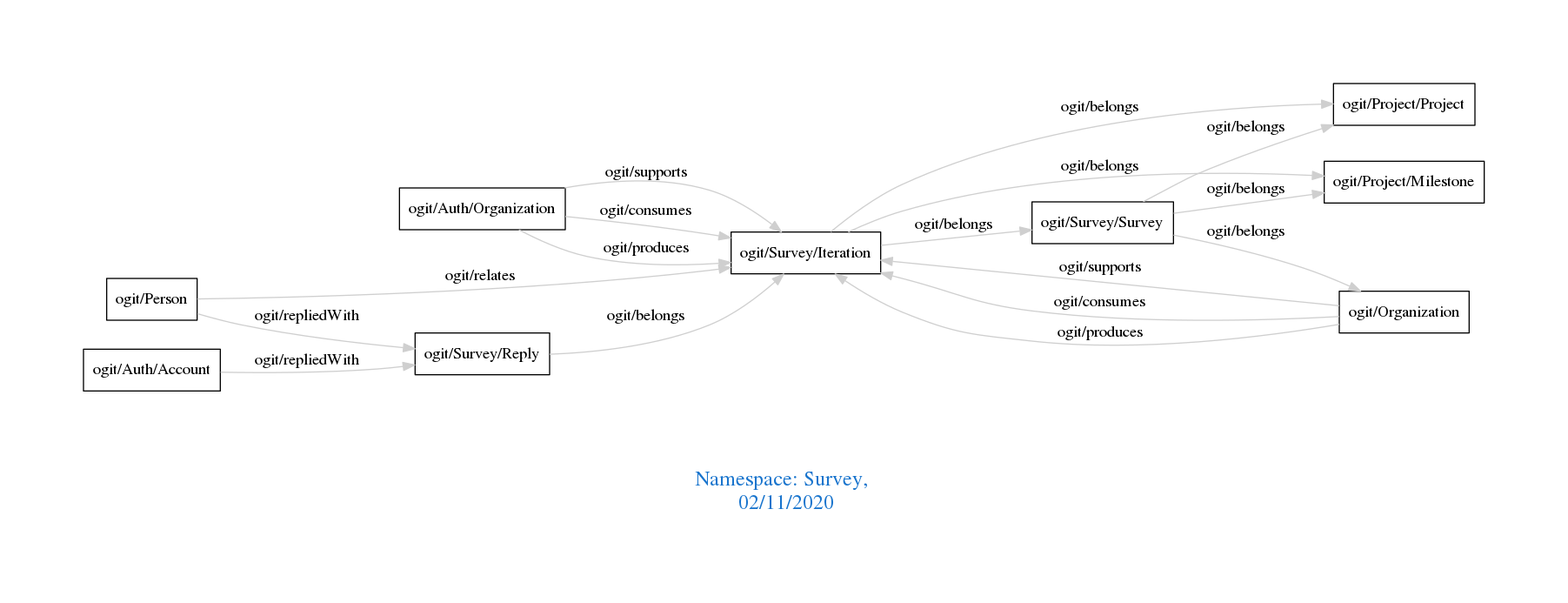
The Graphviz diagram downloads/Survey.png in arago/OGIT, before a commit. Its source is kept beside it as downloads/Survey.dot.
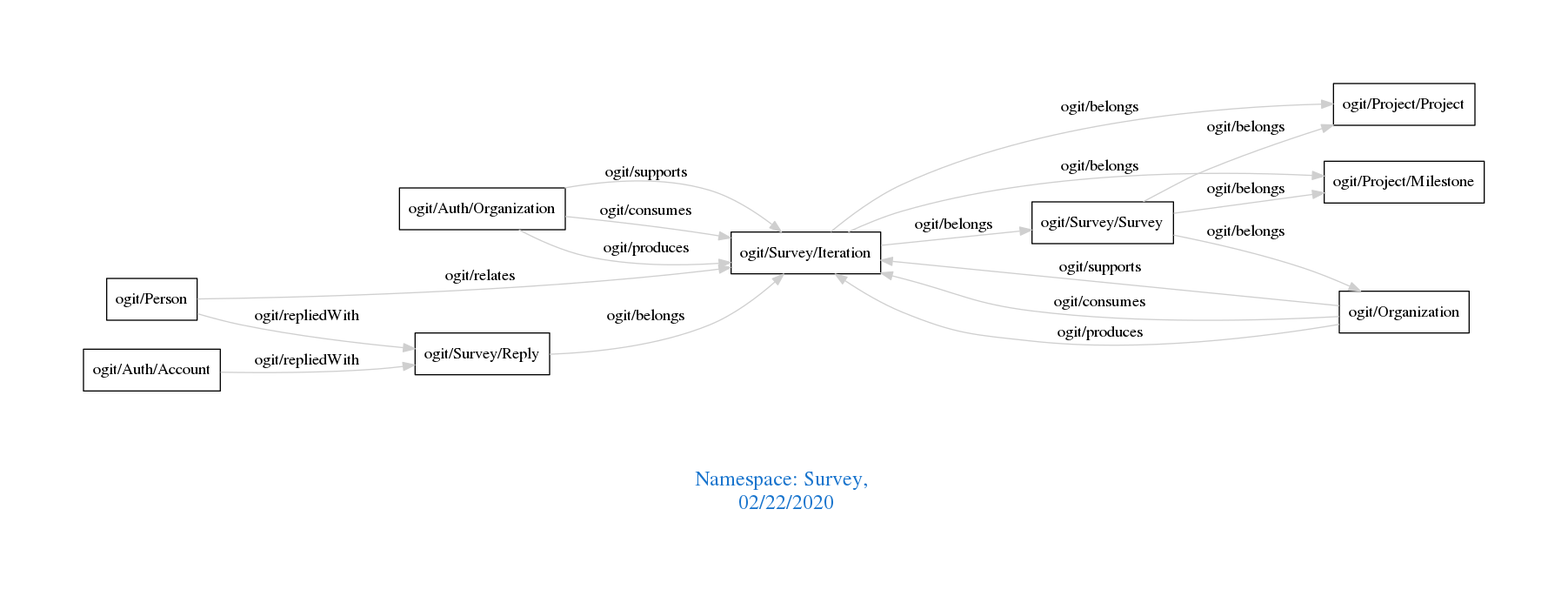
Later version of the same file.

Change to the diagram source:
```diff
@@ -1,7 +1,7 @@
 digraph OGIT_ontology {
  graph [ rankdir= LR,pad=1
 fontsize = 18,
-fontcolor= dodgerblue3,label = "\n\n\nNamespace: Survey, \n 02/11/2020"];
+fontcolor= dodgerblue3,label = "\n\n\nNamespace: Survey, \n 02/22/2020"];
 node[shape=polygon];
 edge [  color="gray81"];
 
```
